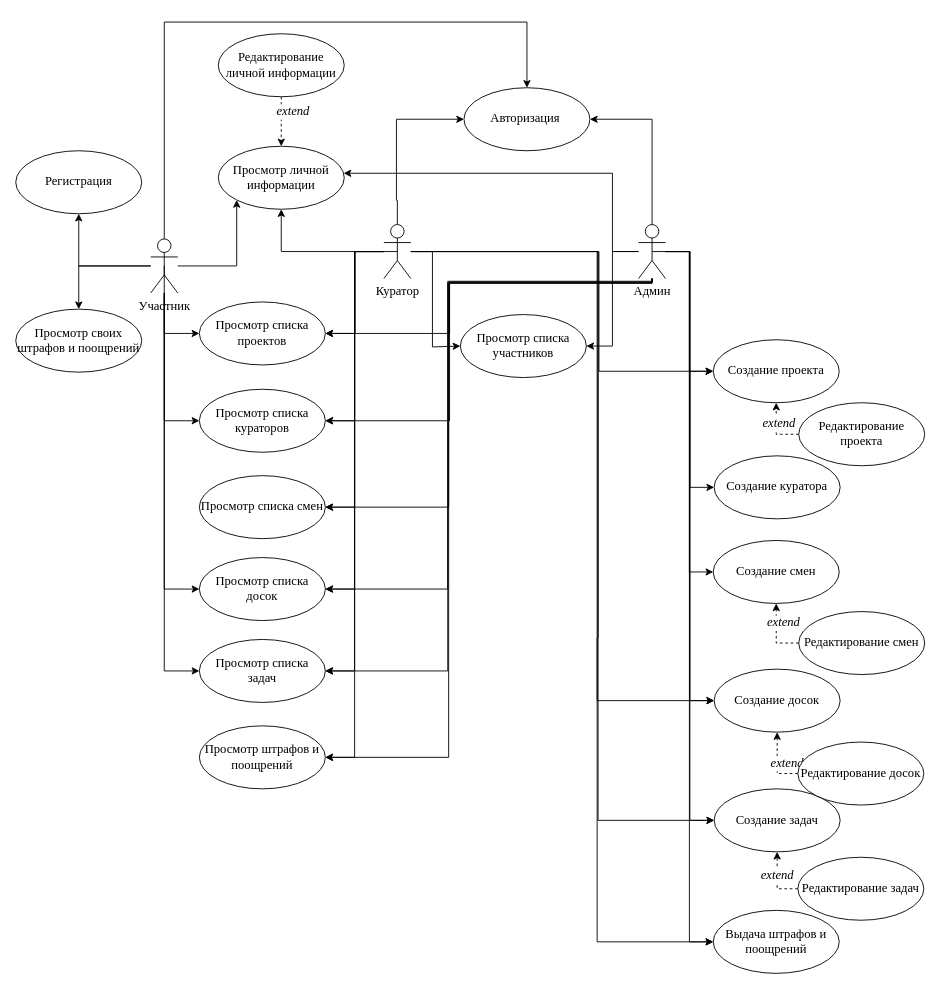
Earlier version of the draw.io diagram Диаграмма прецедентов.drawio (AvipoStar/EOIS-FRONT). Source tidied: cells renumbered, new cells numbered last; positions are measured from the earlier drawing's top-left corner, leaving out a move shared by most shapes. Both pictures are drawn from the tidied source at 90%, with x=0, y=0 at pixel (15, 22).
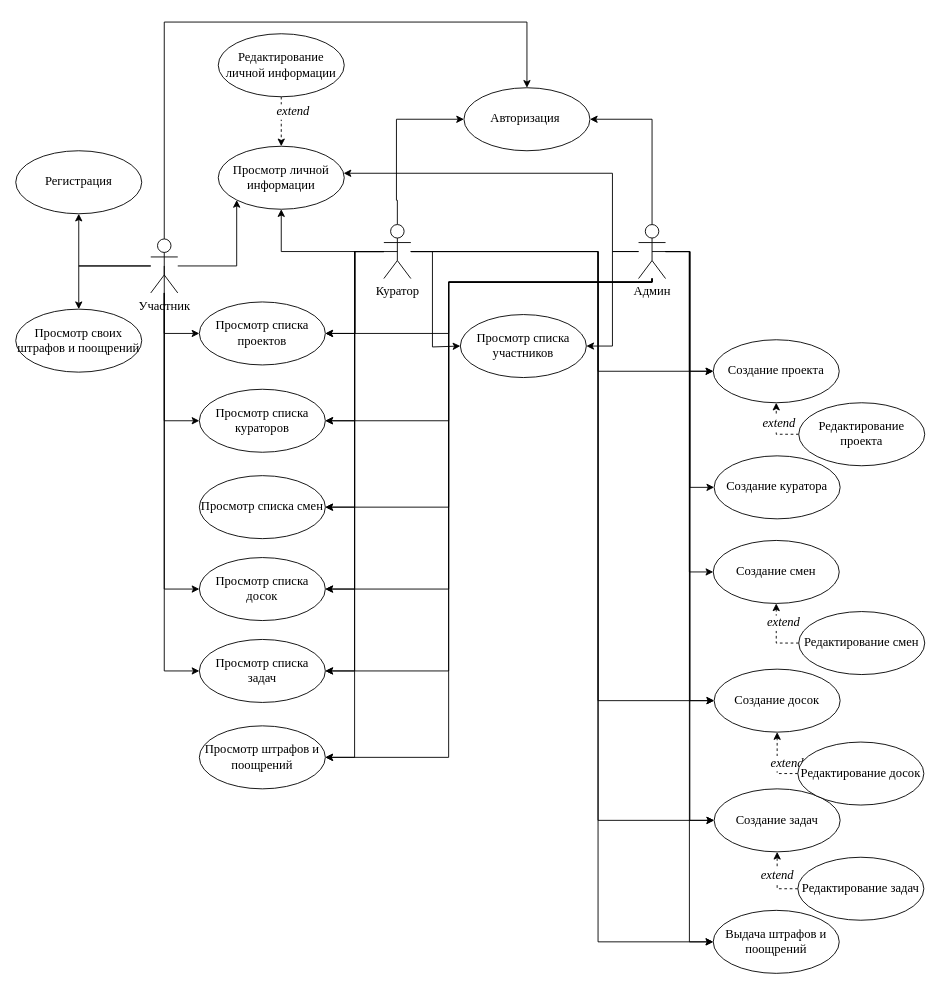
The same page after the edit.

Unchanged cells that the change refers to:
```xml
<mxCell id="11" value="Просмотр списка проектов" style="ellipse;whiteSpace=wrap;html=1;fontFamily=Liberation Serif;fontSize=14;" parent="1" vertex="1">
  <mxGeometry x="204" y="311" width="140" height="70" as="geometry" />
</mxCell>
<mxCell id="12" value="Создание проекта" style="ellipse;whiteSpace=wrap;html=1;fontFamily=Liberation Serif;fontSize=14;" parent="1" vertex="1">
  <mxGeometry x="775" y="353" width="140" height="70" as="geometry" />
</mxCell>
<mxCell id="19" value="Просмотр списка кураторов" style="ellipse;whiteSpace=wrap;html=1;fontFamily=Liberation Serif;fontSize=14;" parent="1" vertex="1">
  <mxGeometry x="204" y="408" width="140" height="70" as="geometry" />
</mxCell>
<mxCell id="20" value="Создание куратора" style="ellipse;whiteSpace=wrap;html=1;fontFamily=Liberation Serif;fontSize=14;" parent="1" vertex="1">
  <mxGeometry x="776" y="482" width="140" height="70" as="geometry" />
</mxCell>
<mxCell id="34" value="&lt;div style=&quot;font-size: 14px;&quot;&gt;Куратор&lt;/div&gt;" style="shape=umlActor;verticalLabelPosition=bottom;verticalAlign=top;html=1;fontFamily=Liberation Serif;fontSize=14;" parent="1" vertex="1">
  <mxGeometry x="409" y="225" width="30" height="60" as="geometry" />
</mxCell>
<mxCell id="50" value="&lt;div style=&quot;font-size: 14px;&quot;&gt;Админ&lt;/div&gt;" style="shape=umlActor;verticalLabelPosition=bottom;verticalAlign=top;html=1;fontFamily=Liberation Serif;fontSize=14;" parent="1" vertex="1">
  <mxGeometry x="692" y="225" width="30" height="60" as="geometry" />
</mxCell>
<mxCell id="51" value="Просмотр списка смен" style="ellipse;whiteSpace=wrap;html=1;fontFamily=Liberation Serif;fontSize=14;" parent="1" vertex="1">
  <mxGeometry x="204" y="504" width="140" height="70" as="geometry" />
</mxCell>
<mxCell id="56" value="Просмотр списка задач" style="ellipse;whiteSpace=wrap;html=1;fontFamily=Liberation Serif;fontSize=14;" parent="1" vertex="1">
  <mxGeometry x="204" y="686" width="140" height="70" as="geometry" />
</mxCell>
<mxCell id="64" value="Просмотр списка досок" style="ellipse;whiteSpace=wrap;html=1;fontFamily=Liberation Serif;fontSize=14;" parent="1" vertex="1">
  <mxGeometry x="204" y="595" width="140" height="70" as="geometry" />
</mxCell>
<mxCell id="65" value="Создание досок" style="ellipse;whiteSpace=wrap;html=1;fontFamily=Liberation Serif;fontSize=14;" parent="1" vertex="1">
  <mxGeometry x="776" y="719" width="140" height="70" as="geometry" />
</mxCell>
<mxCell id="71" value="Выдача штрафов и поощрений" style="ellipse;whiteSpace=wrap;html=1;fontFamily=Liberation Serif;fontSize=14;" parent="1" vertex="1">
  <mxGeometry x="775" y="987" width="140" height="70" as="geometry" />
</mxCell>
```

What changed in the source:
```diff
@@
     <mxCell id="28" style="edgeStyle=orthogonalEdgeStyle;rounded=0;jettySize=auto;html=1;entryX=0;entryY=0.5;entryDx=0;entryDy=0;fontFamily=Liberation Serif;fontSize=14;" parent="1" edge="1" source="34" target="12">
       <mxGeometry relative="1" as="geometry">
         <Array as="points">
-          <mxPoint x="648" y="255" />
-          <mxPoint x="648" y="388" />
+          <mxPoint x="647" y="255" />
+          <mxPoint x="647" y="388" />
         </Array>
       </mxGeometry>
     </mxCell>
-    <mxCell id="29" style="edgeStyle=orthogonalEdgeStyle;rounded=0;jettySize=auto;html=1;entryX=0;entryY=0.5;entryDx=0;entryDy=0;fontFamily=Liberation Serif;fontSize=14;" parent="1" edge="1" source="34" target="65">
-      <mxGeometry relative="1" as="geometry">
-        <Array as="points">
-          <mxPoint x="647" y="255" />
-          <mxPoint x="647" y="684" />
-          <mxPoint x="646" y="684" />
-          <mxPoint x="646" y="754" />
-        </Array>
-      </mxGeometry>
-    </mxCell>
@@
     <mxCell id="32" style="edgeStyle=orthogonalEdgeStyle;rounded=0;jettySize=auto;html=1;entryX=0;entryY=0.5;entryDx=0;entryDy=0;fontFamily=Liberation Serif;fontSize=14;" parent="1" edge="1" source="34" target="71">
       <mxGeometry relative="1" as="geometry">
         <Array as="points">
-          <mxPoint x="646" y="255" />
-          <mxPoint x="646" y="1022" />
+          <mxPoint x="647" y="255" />
+          <mxPoint x="647" y="1022" />
         </Array>
       </mxGeometry>
     </mxCell>
@@
+    <mxCell id="29" style="edgeStyle=orthogonalEdgeStyle;rounded=0;jettySize=auto;html=1;entryX=0;entryY=0.5;entryDx=0;entryDy=0;" parent="1" edge="1" source="34" target="65">
+      <mxGeometry relative="1" as="geometry">
+        <Array as="points">
+          <mxPoint x="647" y="255" />
+          <mxPoint x="647" y="754" />
+        </Array>
+      </mxGeometry>
+    </mxCell>
@@
     <mxCell id="39" style="edgeStyle=orthogonalEdgeStyle;rounded=0;jettySize=auto;html=1;entryX=0;entryY=0.5;entryDx=0;entryDy=0;fontFamily=Liberation Serif;fontSize=14;" parent="1" edge="1" source="50" target="20">
-      <mxGeometry relative="1" as="geometry" />
+      <mxGeometry relative="1" as="geometry">
+        <Array as="points">
+          <mxPoint x="749" y="255" />
+          <mxPoint x="749" y="517" />
+        </Array>
+      </mxGeometry>
     </mxCell>
@@
     <mxCell id="43" style="edgeStyle=orthogonalEdgeStyle;rounded=0;jettySize=auto;html=1;entryX=1;entryY=0.5;entryDx=0;entryDy=0;fontFamily=Liberation Serif;fontSize=14;" parent="1" edge="1" source="50" target="11">
       <mxGeometry relative="1" as="geometry">
         <Array as="points">
           <mxPoint x="707" y="289" />
-          <mxPoint x="482" y="289" />
-          <mxPoint x="482" y="346" />
+          <mxPoint x="481" y="289" />
+          <mxPoint x="481" y="346" />
         </Array>
       </mxGeometry>
     </mxCell>
     <mxCell id="44" style="edgeStyle=orthogonalEdgeStyle;rounded=0;jettySize=auto;html=1;entryX=1;entryY=0.5;entryDx=0;entryDy=0;fontFamily=Liberation Serif;fontSize=14;" parent="1" edge="1" source="50" target="19">
       <mxGeometry relative="1" as="geometry">
         <Array as="points">
-          <mxPoint x="707" y="290" />
-          <mxPoint x="482" y="290" />
-          <mxPoint x="482" y="443" />
+          <mxPoint x="707" y="289" />
+          <mxPoint x="481" y="289" />
+          <mxPoint x="481" y="443" />
         </Array>
       </mxGeometry>
     </mxCell>
     <mxCell id="45" style="edgeStyle=orthogonalEdgeStyle;rounded=0;jettySize=auto;html=1;entryX=1;entryY=0.5;entryDx=0;entryDy=0;fontFamily=Liberation Serif;fontSize=14;" parent="1" edge="1" source="50" target="51">
       <mxGeometry relative="1" as="geometry">
         <Array as="points">
-          <mxPoint x="707" y="290" />
-          <mxPoint x="481" y="290" />
+          <mxPoint x="707" y="289" />
+          <mxPoint x="481" y="289" />
           <mxPoint x="481" y="539" />
         </Array>
       </mxGeometry>
     </mxCell>
     <mxCell id="46" style="edgeStyle=orthogonalEdgeStyle;rounded=0;jettySize=auto;html=1;entryX=1;entryY=0.5;entryDx=0;entryDy=0;fontFamily=Liberation Serif;fontSize=14;" parent="1" edge="1" source="50" target="64">
       <mxGeometry relative="1" as="geometry">
         <Array as="points">
-          <mxPoint x="707" y="288" />
-          <mxPoint x="480" y="288" />
-          <mxPoint x="480" y="630" />
+          <mxPoint x="707" y="289" />
+          <mxPoint x="481" y="289" />
+          <mxPoint x="481" y="630" />
         </Array>
       </mxGeometry>
     </mxCell>
     <mxCell id="47" style="edgeStyle=orthogonalEdgeStyle;rounded=0;jettySize=auto;html=1;entryX=1;entryY=0.5;entryDx=0;entryDy=0;fontFamily=Liberation Serif;fontSize=14;" parent="1" edge="1" source="50" target="56">
       <mxGeometry relative="1" as="geometry">
         <Array as="points">
-          <mxPoint x="707" y="290" />
-          <mxPoint x="480" y="290" />
-          <mxPoint x="480" y="721" />
+          <mxPoint x="707" y="289" />
+          <mxPoint x="481" y="289" />
+          <mxPoint x="481" y="721" />
         </Array>
       </mxGeometry>
     </mxCell>
```
